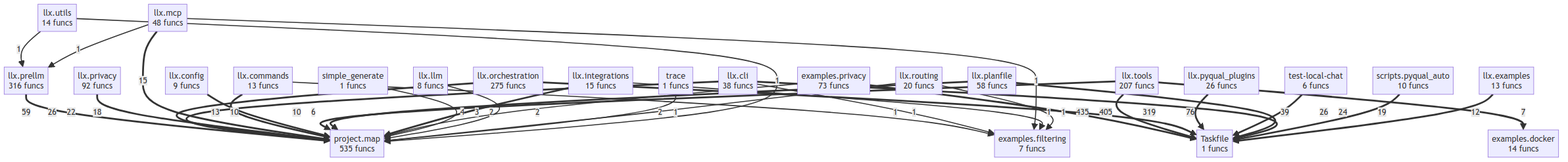
Above: project/compact_flow.png in semcod/llx (Mermaid), before the change. Its source is kept beside it as project/compact_flow.mmd.
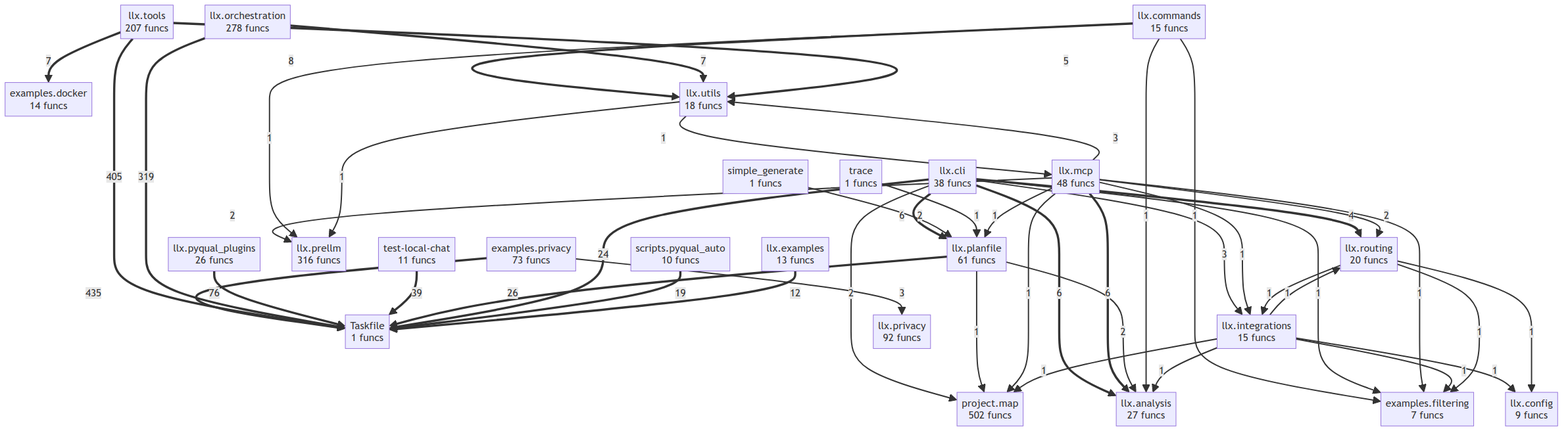
The same diagram one commit later.

The edit, as a diff of the source:
```diff
@@ -3,56 +3,68 @@
     examples__docker["examples.docker<br/>14 funcs"]
     examples__filtering["examples.filtering<br/>7 funcs"]
     examples__privacy["examples.privacy<br/>73 funcs"]
+    llx__analysis["llx.analysis<br/>27 funcs"]
     llx__cli["llx.cli<br/>38 funcs"]
-    llx__commands["llx.commands<br/>13 funcs"]
+    llx__commands["llx.commands<br/>15 funcs"]
     llx__config["llx.config<br/>9 funcs"]
     llx__examples["llx.examples<br/>13 funcs"]
     llx__integrations["llx.integrations<br/>15 funcs"]
-    llx__llm["llx.llm<br/>8 funcs"]
     llx__mcp["llx.mcp<br/>48 funcs"]
-    llx__orchestration["llx.orchestration<br/>275 funcs"]
-    llx__planfile["llx.planfile<br/>58 funcs"]
+    llx__orchestration["llx.orchestration<br/>278 funcs"]
+    llx__planfile["llx.planfile<br/>61 funcs"]
     llx__prellm["llx.prellm<br/>316 funcs"]
     llx__privacy["llx.privacy<br/>92 funcs"]
     llx__pyqual_plugins["llx.pyqual_plugins<br/>26 funcs"]
     llx__routing["llx.routing<br/>20 funcs"]
     llx__tools["llx.tools<br/>207 funcs"]
-    llx__utils["llx.utils<br/>14 funcs"]
-    project__map["project.map<br/>535 funcs"]
+    llx__utils["llx.utils<br/>18 funcs"]
+    project__map["project.map<br/>502 funcs"]
     scripts__pyqual_auto["scripts.pyqual_auto<br/>10 funcs"]
     simple_generate["simple_generate<br/>1 funcs"]
-    test_local_chat["test-local-chat<br/>6 funcs"]
+    test_local_chat["test-local-chat<br/>11 funcs"]
     trace["trace<br/>1 funcs"]
     examples__privacy ==>|435| Taskfile
     llx__tools ==>|405| Taskfile
     llx__orchestration ==>|319| Taskfile
     llx__pyqual_plugins ==>|76| Taskfile
-    llx__prellm ==>|59| project__map
     test_local_chat ==>|39| Taskfile
-    llx__cli ==>|26| project__map
     llx__planfile ==>|26| Taskfile
     llx__cli ==>|24| Taskfile
-    llx__orchestration ==>|22| project__map
     scripts__pyqual_auto ==>|19| Taskfile
-    llx__privacy ==>|18| project__map
-    llx__mcp ==>|15| project__map
-    llx__commands ==>|13| project__map
     llx__examples ==>|12| Taskfile
-    llx__config ==>|10| project__map
-    llx__tools ==>|10| project__map
+    llx__commands ==>|8| llx__utils
     llx__tools ==>|7| examples__docker
-    llx__planfile ==>|6| project__map
-    llx__integrations ==>|4| project__map
-    examples__privacy -->|3| project__map
-    simple_generate -->|2| project__map
-    llx__llm -->|2| project__map
-    llx__routing -->|2| project__map
-    trace -->|1| project__map
+    llx__orchestration ==>|7| llx__utils
+    llx__cli ==>|6| llx__analysis
+    llx__cli ==>|6| llx__planfile
+    llx__mcp ==>|6| llx__analysis
+    llx__tools ==>|5| llx__utils
+    llx__cli ==>|4| llx__routing
+    examples__privacy -->|3| llx__privacy
+    llx__cli -->|3| llx__integrations
+    llx__mcp -->|3| llx__utils
+    simple_generate -->|2| llx__planfile
+    llx__cli -->|2| project__map
+    llx__planfile -->|2| llx__analysis
+    llx__mcp -->|2| llx__routing
+    llx__mcp -->|2| llx__prellm
+    trace -->|1| llx__planfile
     llx__commands -->|1| examples__filtering
+    llx__commands -->|1| llx__prellm
+    llx__commands -->|1| llx__analysis
     llx__cli -->|1| examples__filtering
-    llx__utils -->|1| project__map
+    llx__planfile -->|1| project__map
+    llx__utils -->|1| llx__mcp
     llx__utils -->|1| llx__prellm
     llx__mcp -->|1| examples__filtering
-    llx__mcp -->|1| llx__prellm
+    llx__mcp -->|1| project__map
+    llx__mcp -->|1| llx__integrations
+    llx__mcp -->|1| llx__planfile
+    llx__integrations -->|1| llx__config
     llx__integrations -->|1| examples__filtering
+    llx__integrations -->|1| llx__analysis
+    llx__integrations -->|1| llx__routing
+    llx__integrations -->|1| project__map
+    llx__routing -->|1| llx__config
     llx__routing -->|1| examples__filtering
+    llx__routing -->|1| llx__integrations
```
